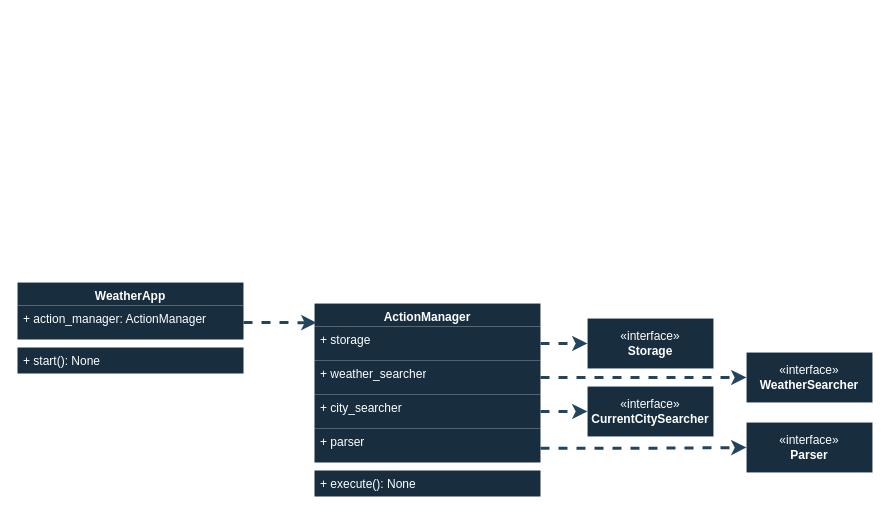
Before: page "Classes_of_weather_app" (1 of 6) of assets/Weather App.drawio in CBeredIOk/Weather_App, a draw.io diagram. Source tidied: cells renumbered, new cells numbered last; positions are measured from the earlier drawing's top-left corner, leaving out a move shared by most shapes. Both pictures are drawn from the tidied source at 100%, with x=0, y=0 at pixel (17, 282).
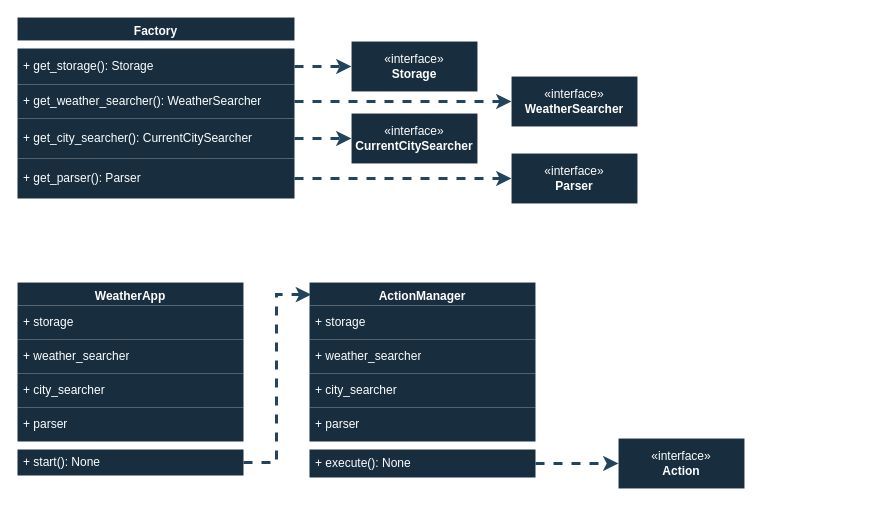
Above is the later version.

What changed in the source:
```diff
@@
     <mxCell id="2" value="WeatherApp" style="swimlane;fontStyle=1;align=center;verticalAlign=top;horizontal=1;startSize=23;whiteSpace=wrap;html=1;labelBackgroundColor=none;fillColor=#182E3E;strokeColor=#FFFFFF;fontColor=#FFFFFF;strokeWidth=0;" parent="1" vertex="1">
-      <mxGeometry width="226" height="91" as="geometry" />
+      <mxGeometry width="226" height="193" as="geometry" />
     </mxCell>
-    <mxCell id="3" value="+ action_manager: ActionManager" style="text;strokeColor=none;fillColor=#182E3E;align=left;verticalAlign=top;spacingLeft=4;spacingRight=4;overflow=hidden;points=[[0,0.5],[1,0.5]];portConstraint=eastwest;whiteSpace=wrap;html=1;labelBackgroundColor=none;fontColor=#FFFFFF;" parent="2" vertex="1">
-      <mxGeometry y="23" width="226" height="34" as="geometry" />
-    </mxCell>
+    <mxCell id="22" value="+ storage" style="text;strokeColor=none;fillColor=#182E3E;align=left;verticalAlign=middle;spacingLeft=4;spacingRight=4;overflow=hidden;whiteSpace=wrap;html=1;labelBackgroundColor=none;fontColor=#FFFFFF;" parent="2" vertex="1">
+      <mxGeometry y="23" width="226" height="34" as="geometry" />
+    </mxCell>
+    <mxCell id="23" value="+ weather_searcher" style="text;strokeColor=none;fillColor=#182E3E;align=left;verticalAlign=middle;spacingLeft=4;spacingRight=4;overflow=hidden;whiteSpace=wrap;html=1;labelBackgroundColor=none;fontColor=#FFFFFF;" parent="2" vertex="1">
+      <mxGeometry y="57" width="226" height="34" as="geometry" />
+    </mxCell>
+    <mxCell id="24" value="+ city_searcher" style="text;strokeColor=none;fillColor=#182E3E;align=left;verticalAlign=middle;spacingLeft=4;spacingRight=4;overflow=hidden;whiteSpace=wrap;html=1;labelBackgroundColor=none;fontColor=#FFFFFF;" parent="2" vertex="1">
+      <mxGeometry y="91" width="226" height="34" as="geometry" />
+    </mxCell>
+    <mxCell id="25" value="+ parser" style="text;strokeColor=none;fillColor=#182E3E;align=left;verticalAlign=middle;spacingLeft=4;spacingRight=4;overflow=hidden;whiteSpace=wrap;html=1;labelBackgroundColor=none;fontColor=#FFFFFF;" parent="2" vertex="1">
+      <mxGeometry y="125" width="226" height="34" as="geometry" />
+    </mxCell>
     <mxCell id="4" style="line;strokeWidth=1;fillColor=#182E3E;align=left;verticalAlign=middle;spacingTop=-1;spacingLeft=3;spacingRight=3;labelPosition=right;strokeColor=#FFFFFF;labelBackgroundColor=none;fontColor=#FFFFFF;" parent="2" vertex="1">
-      <mxGeometry y="57" width="226" height="8" as="geometry" />
+      <mxGeometry y="159" width="226" height="8" as="geometry" />
     </mxCell>
-    <mxCell id="5" value="+ start(): None" style="text;strokeColor=none;fillColor=#182E3E;align=left;verticalAlign=top;spacingLeft=4;spacingRight=4;overflow=hidden;points=[[0,0.5],[1,0.5]];portConstraint=eastwest;whiteSpace=wrap;html=1;labelBackgroundColor=none;fontColor=#FFFFFF;" parent="2" vertex="1">
-      <mxGeometry y="65" width="226" height="26" as="geometry" />
+    <mxCell id="5" value="+ start(): None" style="text;strokeColor=none;fillColor=#182E3E;align=left;verticalAlign=middle;spacingLeft=4;spacingRight=4;overflow=hidden;points=[[0,0.5],[1,0.5]];portConstraint=eastwest;whiteSpace=wrap;html=1;labelBackgroundColor=none;fontColor=#FFFFFF;" parent="2" vertex="1">
+      <mxGeometry y="167" width="226" height="26" as="geometry" />
     </mxCell>
     <mxCell id="6" value="«interface»&lt;br&gt;&lt;b&gt;CurrentCitySearcher&lt;/b&gt;" style="html=1;whiteSpace=wrap;labelBackgroundColor=none;fillColor=#182E3E;strokeColor=#FFFFFF;fontColor=#FFFFFF;strokeWidth=0;" parent="1" vertex="1">
-      <mxGeometry x="570" y="104" width="126" height="50" as="geometry" />
+      <mxGeometry x="334" y="-169" width="126" height="50" as="geometry" />
     </mxCell>
     <mxCell id="7" value="«interface»&lt;br&gt;&lt;b&gt;WeatherSearcher&lt;/b&gt;" style="html=1;whiteSpace=wrap;labelBackgroundColor=none;fillColor=#182E3E;strokeColor=#FFFFFF;fontColor=#FFFFFF;strokeWidth=0;" parent="1" vertex="1">
-      <mxGeometry x="729" y="70" width="126" height="50" as="geometry" />
+      <mxGeometry x="494" y="-206" width="126" height="50" as="geometry" />
     </mxCell>
     <mxCell id="8" value="«interface»&lt;br&gt;&lt;b&gt;Storage&lt;/b&gt;" style="html=1;whiteSpace=wrap;labelBackgroundColor=none;fillColor=#182E3E;strokeColor=#FFFFFF;fontColor=#FFFFFF;strokeWidth=0;" parent="1" vertex="1">
-      <mxGeometry x="570" y="36" width="126" height="50" as="geometry" />
+      <mxGeometry x="334" y="-241" width="126" height="50" as="geometry" />
     </mxCell>
-    <mxCell id="9" style="edgeStyle=orthogonalEdgeStyle;rounded=0;jettySize=auto;html=1;exitX=1;exitY=0.5;exitDx=0;exitDy=0;entryX=0;entryY=0.5;entryDx=0;entryDy=0;dashed=1;strokeWidth=3;strokeColor=#23445D;" parent="1" edge="1" source="13" target="8">
+    <mxCell id="9" style="edgeStyle=orthogonalEdgeStyle;rounded=0;jettySize=auto;html=1;exitX=1;exitY=0.5;exitDx=0;exitDy=0;entryX=0;entryY=0.5;entryDx=0;entryDy=0;dashed=1;strokeWidth=3;strokeColor=#23445D;" parent="1" edge="1" source="28" target="8">
       <mxGeometry relative="1" as="geometry" />
     </mxCell>
-    <mxCell id="10" style="edgeStyle=orthogonalEdgeStyle;rounded=0;jettySize=auto;html=1;exitX=1;exitY=0.5;exitDx=0;exitDy=0;entryX=0;entryY=0.5;entryDx=0;entryDy=0;strokeColor=#23445D;dashed=1;strokeWidth=3;" parent="1" edge="1" source="14" target="7">
+    <mxCell id="10" style="edgeStyle=orthogonalEdgeStyle;rounded=0;jettySize=auto;html=1;exitX=1;exitY=0.5;exitDx=0;exitDy=0;entryX=0;entryY=0.5;entryDx=0;entryDy=0;strokeColor=#23445D;dashed=1;strokeWidth=3;" parent="1" edge="1" source="29" target="7">
       <mxGeometry relative="1" as="geometry" />
     </mxCell>
-    <mxCell id="11" style="edgeStyle=orthogonalEdgeStyle;rounded=0;jettySize=auto;html=1;exitX=1;exitY=0.75;exitDx=0;exitDy=0;entryX=0;entryY=0.5;entryDx=0;entryDy=0;dashed=1;strokeWidth=3;strokeColor=#23445D;" parent="1" edge="1" source="12" target="21">
+    <mxCell id="11" style="edgeStyle=orthogonalEdgeStyle;rounded=0;jettySize=auto;html=1;exitX=1;exitY=0.5;exitDx=0;exitDy=0;entryX=0;entryY=0.5;entryDx=0;entryDy=0;dashed=1;strokeWidth=3;strokeColor=#23445D;" parent="1" edge="1" source="31" target="21">
       <mxGeometry relative="1" as="geometry" />
     </mxCell>
     <mxCell id="12" value="ActionManager" style="swimlane;fontStyle=1;align=center;verticalAlign=top;horizontal=1;startSize=23;whiteSpace=wrap;html=1;labelBackgroundColor=none;fillColor=#182E3E;strokeColor=#FFFFFF;fontColor=#FFFFFF;strokeWidth=0;" parent="1" vertex="1">
-      <mxGeometry x="297" y="21" width="226" height="193" as="geometry" />
+      <mxGeometry x="292" width="226" height="195" as="geometry" />
     </mxCell>
-    <mxCell id="13" value="+ storage" style="text;strokeColor=none;fillColor=#182E3E;align=left;verticalAlign=top;spacingLeft=4;spacingRight=4;overflow=hidden;points=[[0,0.5],[1,0.5]];portConstraint=eastwest;whiteSpace=wrap;html=1;labelBackgroundColor=none;fontColor=#FFFFFF;" parent="12" vertex="1">
+    <mxCell id="13" value="+ storage" style="text;strokeColor=none;fillColor=#182E3E;align=left;verticalAlign=middle;spacingLeft=4;spacingRight=4;overflow=hidden;points=[[0,0.5],[1,0.5]];portConstraint=eastwest;whiteSpace=wrap;html=1;labelBackgroundColor=none;fontColor=#FFFFFF;" parent="12" vertex="1">
       <mxGeometry y="23" width="226" height="34" as="geometry" />
     </mxCell>
-    <mxCell id="14" value="+ weather_searcher" style="text;strokeColor=none;fillColor=#182E3E;align=left;verticalAlign=top;spacingLeft=4;spacingRight=4;overflow=hidden;points=[[0,0.5],[1,0.5]];portConstraint=eastwest;whiteSpace=wrap;html=1;labelBackgroundColor=none;fontColor=#FFFFFF;" parent="12" vertex="1">
+    <mxCell id="14" value="+ weather_searcher" style="text;strokeColor=none;fillColor=#182E3E;align=left;verticalAlign=middle;spacingLeft=4;spacingRight=4;overflow=hidden;points=[[0,0.5],[1,0.5]];portConstraint=eastwest;whiteSpace=wrap;html=1;labelBackgroundColor=none;fontColor=#FFFFFF;" parent="12" vertex="1">
       <mxGeometry y="57" width="226" height="34" as="geometry" />
     </mxCell>
-    <mxCell id="15" value="+ city_searcher" style="text;strokeColor=none;fillColor=#182E3E;align=left;verticalAlign=top;spacingLeft=4;spacingRight=4;overflow=hidden;points=[[0,0.5],[1,0.5]];portConstraint=eastwest;whiteSpace=wrap;html=1;labelBackgroundColor=none;fontColor=#FFFFFF;" parent="12" vertex="1">
+    <mxCell id="15" value="+ city_searcher" style="text;strokeColor=none;fillColor=#182E3E;align=left;verticalAlign=middle;spacingLeft=4;spacingRight=4;overflow=hidden;points=[[0,0.5],[1,0.5]];portConstraint=eastwest;whiteSpace=wrap;html=1;labelBackgroundColor=none;fontColor=#FFFFFF;" parent="12" vertex="1">
       <mxGeometry y="91" width="226" height="34" as="geometry" />
     </mxCell>
-    <mxCell id="16" value="+ parser" style="text;strokeColor=none;fillColor=#182E3E;align=left;verticalAlign=top;spacingLeft=4;spacingRight=4;overflow=hidden;whiteSpace=wrap;html=1;labelBackgroundColor=none;fontColor=#FFFFFF;" parent="12" vertex="1">
+    <mxCell id="16" value="+ parser" style="text;strokeColor=none;fillColor=#182E3E;align=left;verticalAlign=middle;spacingLeft=4;spacingRight=4;overflow=hidden;whiteSpace=wrap;html=1;labelBackgroundColor=none;fontColor=#FFFFFF;" parent="12" vertex="1">
       <mxGeometry y="125" width="226" height="34" as="geometry" />
     </mxCell>
@@
-    <mxCell id="18" value="+ execute(): None" style="text;strokeColor=none;fillColor=#182E3E;align=left;verticalAlign=top;spacingLeft=4;spacingRight=4;overflow=hidden;points=[[0,0.5],[1,0.5]];portConstraint=eastwest;whiteSpace=wrap;html=1;labelBackgroundColor=none;fontColor=#FFFFFF;" parent="12" vertex="1">
-      <mxGeometry y="167" width="226" height="26" as="geometry" />
+    <mxCell id="18" value="+ execute(): None" style="text;strokeColor=none;fillColor=#182E3E;align=left;verticalAlign=middle;spacingLeft=4;spacingRight=4;overflow=hidden;points=[[0,0.5],[1,0.5]];portConstraint=eastwest;whiteSpace=wrap;html=1;labelBackgroundColor=none;fontColor=#FFFFFF;" parent="12" vertex="1">
+      <mxGeometry y="167" width="226" height="28" as="geometry" />
     </mxCell>
-    <mxCell id="19" style="edgeStyle=orthogonalEdgeStyle;rounded=0;jettySize=auto;html=1;exitX=1;exitY=0.5;exitDx=0;exitDy=0;entryX=0.009;entryY=0.1;entryDx=0;entryDy=0;entryPerimeter=0;dashed=1;strokeWidth=3;strokeColor=#23445D;" parent="1" edge="1" source="3" target="12">
+    <mxCell id="19" style="edgeStyle=orthogonalEdgeStyle;rounded=0;jettySize=auto;html=1;exitX=1;exitY=0.5;exitDx=0;exitDy=0;entryX=0.007;entryY=0.062;entryDx=0;entryDy=0;entryPerimeter=0;dashed=1;strokeWidth=3;strokeColor=#23445D;" parent="1" edge="1" source="5" target="12">
       <mxGeometry relative="1" as="geometry" />
     </mxCell>
-    <mxCell id="20" style="edgeStyle=orthogonalEdgeStyle;rounded=0;jettySize=auto;html=1;exitX=1;exitY=0.5;exitDx=0;exitDy=0;entryX=0;entryY=0.5;entryDx=0;entryDy=0;strokeColor=#23445D;dashed=1;strokeWidth=3;" parent="1" edge="1" source="15" target="6">
+    <mxCell id="20" style="edgeStyle=orthogonalEdgeStyle;rounded=0;jettySize=auto;html=1;exitX=1;exitY=0.5;exitDx=0;exitDy=0;entryX=0;entryY=0.5;entryDx=0;entryDy=0;strokeColor=#23445D;dashed=1;strokeWidth=3;" parent="1" edge="1" source="30" target="6">
       <mxGeometry relative="1" as="geometry" />
     </mxCell>
     <mxCell id="21" value="«interface»&lt;br&gt;&lt;b&gt;Parser&lt;/b&gt;" style="html=1;whiteSpace=wrap;labelBackgroundColor=none;fillColor=#182E3E;strokeColor=#FFFFFF;fontColor=#FFFFFF;strokeWidth=0;" parent="1" vertex="1">
-      <mxGeometry x="729" y="140" width="126" height="50" as="geometry" />
+      <mxGeometry x="494" y="-129" width="126" height="50" as="geometry" />
     </mxCell>
+    <mxCell id="26" value="Factory" style="swimlane;fontStyle=1;align=center;verticalAlign=top;horizontal=1;startSize=23;whiteSpace=wrap;html=1;labelBackgroundColor=none;fillColor=#182E3E;strokeColor=#FFFFFF;fontColor=#FFFFFF;strokeWidth=0;" parent="1" vertex="1">
+      <mxGeometry y="-265" width="277" height="181" as="geometry" />
+    </mxCell>
+    <mxCell id="27" style="line;strokeWidth=1;fillColor=#182E3E;align=left;verticalAlign=middle;spacingTop=-1;spacingLeft=3;spacingRight=3;labelPosition=right;strokeColor=#FFFFFF;labelBackgroundColor=none;fontColor=#FFFFFF;" parent="26" vertex="1">
+      <mxGeometry y="23" width="277" height="8" as="geometry" />
+    </mxCell>
+    <mxCell id="28" value="+ get_storage(): Storage" style="text;strokeColor=none;fillColor=#182E3E;align=left;verticalAlign=middle;spacingLeft=4;spacingRight=4;overflow=hidden;points=[[0,0.5],[1,0.5]];portConstraint=eastwest;whiteSpace=wrap;html=1;labelBackgroundColor=none;fontColor=#FFFFFF;" parent="26" vertex="1">
+      <mxGeometry y="31" width="277" height="36" as="geometry" />
+    </mxCell>
+    <mxCell id="29" value="+ get_weather_searcher(): WeatherSearcher" style="text;strokeColor=none;fillColor=#182E3E;align=left;verticalAlign=middle;spacingLeft=4;spacingRight=4;overflow=hidden;points=[[0,0.5],[1,0.5]];portConstraint=eastwest;whiteSpace=wrap;html=1;labelBackgroundColor=none;fontColor=#FFFFFF;" parent="26" vertex="1">
+      <mxGeometry y="67" width="277" height="34" as="geometry" />
+    </mxCell>
+    <mxCell id="30" value="+ get_city_searcher():&amp;nbsp;&lt;span style=&quot;border-color: var(--border-color); text-align: center;&quot;&gt;CurrentCitySearcher&lt;/span&gt;" style="text;strokeColor=none;fillColor=#182E3E;align=left;verticalAlign=middle;spacingLeft=4;spacingRight=4;overflow=hidden;points=[[0,0.5],[1,0.5]];portConstraint=eastwest;whiteSpace=wrap;html=1;labelBackgroundColor=none;fontColor=#FFFFFF;" parent="26" vertex="1">
+      <mxGeometry y="101" width="277" height="40" as="geometry" />
+    </mxCell>
+    <mxCell id="31" value="+ get_parser(): Parser" style="text;strokeColor=none;fillColor=#182E3E;align=left;verticalAlign=middle;spacingLeft=4;spacingRight=4;overflow=hidden;points=[[0,0.5],[1,0.5]];portConstraint=eastwest;whiteSpace=wrap;html=1;labelBackgroundColor=none;fontColor=#FFFFFF;" parent="26" vertex="1">
+      <mxGeometry y="141" width="277" height="40" as="geometry" />
+    </mxCell>
+    <mxCell id="32" value="«interface»&lt;br&gt;&lt;b&gt;Action&lt;br&gt;&lt;/b&gt;" style="html=1;whiteSpace=wrap;labelBackgroundColor=none;fillColor=#182E3E;strokeColor=#FFFFFF;fontColor=#FFFFFF;strokeWidth=0;" parent="1" vertex="1">
+      <mxGeometry x="601" y="156" width="126" height="50" as="geometry" />
+    </mxCell>
+    <mxCell id="33" style="edgeStyle=orthogonalEdgeStyle;rounded=0;jettySize=auto;html=1;exitX=1;exitY=0.5;exitDx=0;exitDy=0;entryX=0;entryY=0.5;entryDx=0;entryDy=0;strokeWidth=3;dashed=1;strokeColor=#23445D;" parent="1" edge="1" source="18" target="32">
+      <mxGeometry relative="1" as="geometry" />
+    </mxCell>
```
